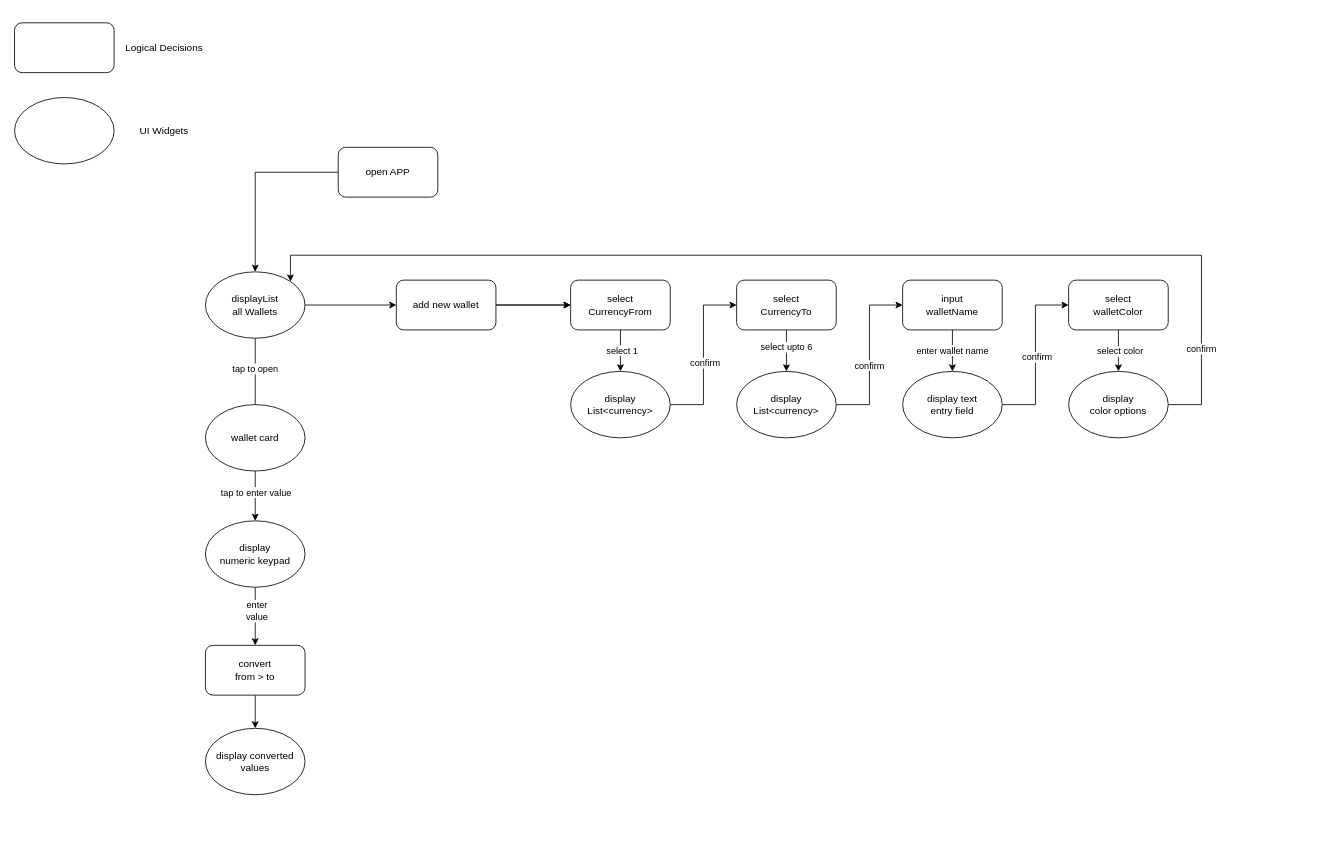
Earlier version of the draw.io diagram Copy of CurrencyX.drawio (carlstep/currencyxpro). Source tidied: cells renumbered, new cells numbered last; positions are measured from the earlier drawing's top-left corner, leaving out a move shared by most shapes. Both pictures are drawn from the tidied source at 83%, with x=0, y=0 at pixel (14, 22).
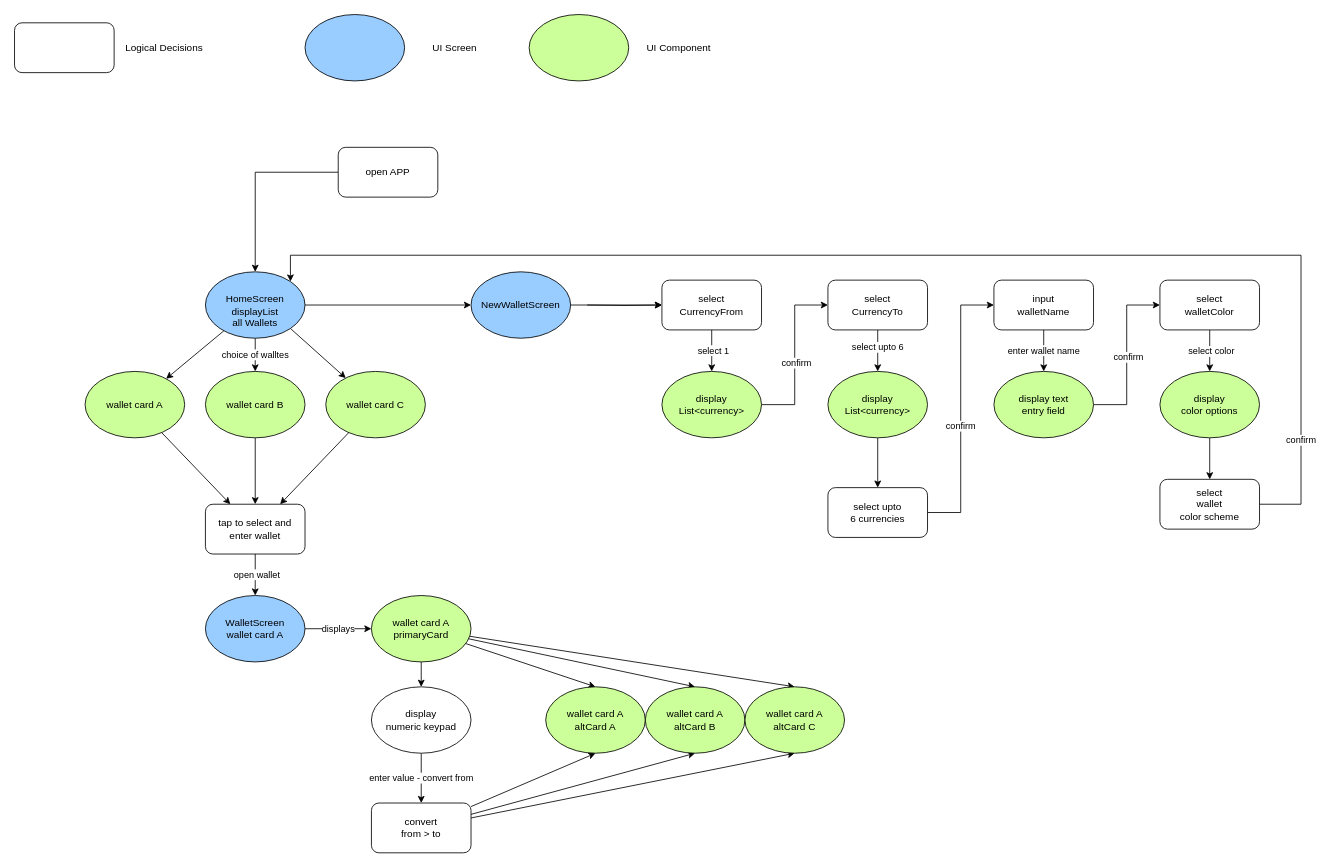
Above is the later version.

What changed in the source:
```diff
@@
-    <mxCell id="2" style="ellipse;whiteSpace=wrap;html=1;" parent="1" vertex="1">
-      <mxGeometry y="90" width="120" height="80" as="geometry" />
+    <mxCell id="2" style="ellipse;whiteSpace=wrap;html=1;fillColor=#99CCFF;" parent="1" vertex="1">
+      <mxGeometry x="350" y="-10" width="120" height="80" as="geometry" />
     </mxCell>
@@
-    <mxCell id="4" value="UI Widgets" style="text;html=1;align=center;verticalAlign=middle;strokeColor=none;fillColor=none;" parent="1" vertex="1">
-      <mxGeometry x="145" y="120" width="70" height="20" as="geometry" />
+    <mxCell id="4" value="UI Screen" style="text;html=1;align=center;verticalAlign=middle;strokeColor=none;fillColor=none;" parent="1" vertex="1">
+      <mxGeometry x="495" y="20" width="70" height="20" as="geometry" />
     </mxCell>
@@
-    <mxCell id="6" style="edgeStyle=orthogonalEdgeStyle;rounded=0;jettySize=auto;html=1;" parent="1" edge="1" source="7" target="9">
-      <mxGeometry relative="1" as="geometry" />
-    </mxCell>
+    <mxCell id="45" style="edgeStyle=none;rounded=0;jettySize=auto;html=1;" parent="1" edge="1" source="7" target="44">
+      <mxGeometry relative="1" as="geometry" />
+    </mxCell>
+    <mxCell id="47" value="choice of walltes" style="edgeStyle=none;rounded=0;jettySize=auto;html=1;" parent="1" edge="1" source="7" target="59">
+      <mxGeometry relative="1" as="geometry" />
+    </mxCell>
+    <mxCell id="48" style="edgeStyle=none;rounded=0;jettySize=auto;html=1;exitX=1;exitY=1;exitDx=0;exitDy=0;" parent="1" edge="1" source="7" target="57">
+      <mxGeometry relative="1" as="geometry" />
+    </mxCell>
+    <mxCell id="49" style="edgeStyle=none;rounded=0;jettySize=auto;html=1;" parent="1" edge="1" source="7" target="73">
+      <mxGeometry relative="1" as="geometry" />
+    </mxCell>
-    <mxCell id="7" value="&lt;div&gt;displayList&lt;/div&gt;&lt;div&gt;all Wallets&lt;br&gt;&lt;/div&gt;" style="ellipse;whiteSpace=wrap;html=1;" parent="1" vertex="1">
+    <mxCell id="7" value="&lt;div&gt;&lt;br&gt;&lt;/div&gt;&lt;div&gt;HomeScreen&lt;br&gt;&lt;/div&gt;&lt;div&gt;displayList&lt;/div&gt;&lt;div&gt;all Wallets&lt;br&gt;&lt;/div&gt;" style="ellipse;whiteSpace=wrap;html=1;fillColor=#99CCFF;" parent="1" vertex="1">
       <mxGeometry x="230" y="300" width="120" height="80" as="geometry" />
     </mxCell>
-    <mxCell id="8" style="edgeStyle=orthogonalEdgeStyle;rounded=0;jettySize=auto;html=1;" parent="1" edge="1" source="9" target="10">
-      <mxGeometry relative="1" as="geometry" />
+    <mxCell id="8" style="edgeStyle=orthogonalEdgeStyle;rounded=0;jettySize=auto;html=1;" parent="1" edge="1" target="10">
+      <mxGeometry relative="1" as="geometry">
+        <mxPoint x="690" y="340" as="sourcePoint" />
+      </mxGeometry>
     </mxCell>
-    <mxCell id="9" value="add new wallet" style="rounded=1;whiteSpace=wrap;html=1;" parent="1" vertex="1">
-      <mxGeometry x="460" y="310" width="120" height="60" as="geometry" />
-    </mxCell>
     <mxCell id="10" value="&lt;div&gt;select&lt;/div&gt;&lt;div&gt;CurrencyFrom&lt;/div&gt;" style="rounded=1;whiteSpace=wrap;html=1;" parent="1" vertex="1">
-      <mxGeometry x="670" y="310" width="120" height="60" as="geometry" />
+      <mxGeometry x="780" y="310" width="120" height="60" as="geometry" />
     </mxCell>
@@
     <mxCell id="12" value="&lt;div&gt;input&lt;/div&gt;&lt;div&gt;walletName&lt;br&gt;&lt;/div&gt;" style="rounded=1;whiteSpace=wrap;html=1;" parent="1" vertex="1">
-      <mxGeometry x="1070" y="310" width="120" height="60" as="geometry" />
+      <mxGeometry x="1180" y="310" width="120" height="60" as="geometry" />
     </mxCell>
@@
     <mxCell id="15" value="&lt;div&gt;select&lt;/div&gt;&lt;div&gt;CurrencyTo&lt;/div&gt;" style="rounded=1;whiteSpace=wrap;html=1;" parent="1" vertex="1">
-      <mxGeometry x="870" y="310" width="120" height="60" as="geometry" />
+      <mxGeometry x="980" y="310" width="120" height="60" as="geometry" />
     </mxCell>
@@
-    <mxCell id="18" style="edgeStyle=orthogonalEdgeStyle;rounded=0;jettySize=auto;html=1;entryX=1;entryY=0;entryDx=0;entryDy=0;exitX=1;exitY=0.5;exitDx=0;exitDy=0;" parent="1" edge="1" source="33" target="7">
+    <mxCell id="18" style="edgeStyle=orthogonalEdgeStyle;rounded=0;jettySize=auto;html=1;entryX=1;entryY=0;entryDx=0;entryDy=0;exitX=1;exitY=0.5;exitDx=0;exitDy=0;" parent="1" edge="1" source="77" target="7">
       <mxGeometry relative="1" as="geometry">
         <Array as="points">
-          <mxPoint x="1430" y="460" />
-          <mxPoint x="1430" y="280" />
+          <mxPoint x="1550" y="580" />
+          <mxPoint x="1550" y="280" />
           <mxPoint x="332" y="280" />
         </Array>
       </mxGeometry>
     </mxCell>
-    <mxCell id="19" value="confirm" style="edgeLabel;html=1;align=center;verticalAlign=middle;" parent="18" vertex="1">
+    <mxCell id="19" value="confirm" style="edgeLabel;html=1;align=center;verticalAlign=middle;fillColor=none;" parent="18" vertex="1">
       <mxGeometry x="-0.84" y="1" relative="1" as="geometry" />
     </mxCell>
     <mxCell id="20" value="&lt;div&gt;select&lt;/div&gt;&lt;div&gt;walletColor&lt;br&gt;&lt;/div&gt;" style="rounded=1;whiteSpace=wrap;html=1;" parent="1" vertex="1">
-      <mxGeometry x="1270" y="310" width="120" height="60" as="geometry" />
+      <mxGeometry x="1380" y="310" width="120" height="60" as="geometry" />
     </mxCell>
-    <mxCell id="21" style="endArrow=classic;html=1;rounded=0;exitX=1;exitY=0.5;exitDx=0;exitDy=0;entryX=0;entryY=0.5;entryDx=0;entryDy=0;" parent="1" edge="1" source="9" target="10">
+    <mxCell id="21" style="endArrow=classic;html=1;rounded=0;exitX=1;exitY=0.5;exitDx=0;exitDy=0;entryX=0;entryY=0.5;entryDx=0;entryDy=0;startArrow=none;" parent="1" edge="1" source="73" target="10">
       <mxGeometry relative="1" as="geometry" />
     </mxCell>
@@
-    <mxCell id="24" value="&lt;div&gt;display List&amp;lt;currency&amp;gt;&lt;/div&gt;" style="ellipse;whiteSpace=wrap;html=1;" parent="1" vertex="1">
-      <mxGeometry x="670" y="420" width="120" height="80" as="geometry" />
+    <mxCell id="24" value="&lt;div&gt;display List&amp;lt;currency&amp;gt;&lt;/div&gt;" style="ellipse;whiteSpace=wrap;html=1;fillColor=#CCFF99;" parent="1" vertex="1">
+      <mxGeometry x="780" y="420" width="120" height="80" as="geometry" />
     </mxCell>
@@
-    <mxCell id="27" style="edgeStyle=orthogonalEdgeStyle;rounded=0;jettySize=auto;html=1;entryX=0;entryY=0.5;entryDx=0;entryDy=0;" parent="1" edge="1" source="29" target="12">
+    <mxCell id="27" style="edgeStyle=orthogonalEdgeStyle;rounded=0;jettySize=auto;html=1;entryX=0;entryY=0.5;entryDx=0;entryDy=0;exitX=1;exitY=0.5;exitDx=0;exitDy=0;" parent="1" edge="1" source="76" target="12">
       <mxGeometry relative="1" as="geometry" />
     </mxCell>
-    <mxCell id="28" value="confirm" style="edgeLabel;html=1;align=center;verticalAlign=middle;" parent="27" vertex="1">
+    <mxCell id="28" value="confirm" style="edgeLabel;html=1;align=center;verticalAlign=middle;fillColor=#CCFF99;" parent="27" vertex="1">
       <mxGeometry x="-0.12" y="1" relative="1" as="geometry" />
     </mxCell>
+    <mxCell id="50" style="edgeStyle=none;rounded=0;jettySize=auto;html=1;entryX=0.5;entryY=0;entryDx=0;entryDy=0;" parent="1" edge="1" source="29" target="76">
+      <mxGeometry relative="1" as="geometry" />
+    </mxCell>
-    <mxCell id="29" value="display List&amp;lt;currency&amp;gt;" style="ellipse;whiteSpace=wrap;html=1;" parent="1" vertex="1">
-      <mxGeometry x="870" y="420" width="120" height="80" as="geometry" />
+    <mxCell id="29" value="display List&amp;lt;currency&amp;gt;" style="ellipse;whiteSpace=wrap;html=1;fillColor=#CCFF99;" parent="1" vertex="1">
+      <mxGeometry x="980" y="420" width="120" height="80" as="geometry" />
     </mxCell>
@@
-    <mxCell id="32" value="&lt;div&gt;display text &lt;br&gt;&lt;/div&gt;&lt;div&gt;entry field&lt;/div&gt;" style="ellipse;whiteSpace=wrap;html=1;" parent="1" vertex="1">
-      <mxGeometry x="1070" y="420" width="120" height="80" as="geometry" />
+    <mxCell id="32" value="&lt;div&gt;display text &lt;br&gt;&lt;/div&gt;&lt;div&gt;entry field&lt;/div&gt;" style="ellipse;whiteSpace=wrap;html=1;fillColor=#CCFF99;" parent="1" vertex="1">
+      <mxGeometry x="1180" y="420" width="120" height="80" as="geometry" />
     </mxCell>
+    <mxCell id="51" style="edgeStyle=none;rounded=0;jettySize=auto;html=1;" parent="1" edge="1" source="33" target="77">
+      <mxGeometry relative="1" as="geometry" />
+    </mxCell>
-    <mxCell id="33" value="&lt;div&gt;display &lt;br&gt;&lt;/div&gt;&lt;div&gt;color options&lt;br&gt;&lt;/div&gt;" style="ellipse;whiteSpace=wrap;html=1;" parent="1" vertex="1">
-      <mxGeometry x="1270" y="420" width="120" height="80" as="geometry" />
+    <mxCell id="33" value="&lt;div&gt;display &lt;br&gt;&lt;/div&gt;&lt;div&gt;color options&lt;br&gt;&lt;/div&gt;" style="ellipse;whiteSpace=wrap;html=1;fillColor=#CCFF99;" parent="1" vertex="1">
+      <mxGeometry x="1380" y="420" width="120" height="80" as="geometry" />
     </mxCell>
-    <mxCell id="34" style="edgeStyle=orthogonalEdgeStyle;rounded=0;jettySize=auto;html=1;entryX=0.5;entryY=0;entryDx=0;entryDy=0;" parent="1" edge="1" source="36" target="38">
+    <mxCell id="34" value="enter value - convert from" style="edgeStyle=none;rounded=0;jettySize=auto;html=1;entryX=0.5;entryY=0;entryDx=0;entryDy=0;" parent="1" edge="1" source="36" target="38">
       <mxGeometry relative="1" as="geometry" />
     </mxCell>
-    <mxCell id="35" value="&lt;div&gt;enter&lt;/div&gt;&lt;div&gt;value&lt;br&gt;&lt;/div&gt;" style="edgeLabel;html=1;align=center;verticalAlign=middle;" parent="34" vertex="1">
-      <mxGeometry x="-0.2" y="1" relative="1" as="geometry" />
-    </mxCell>
     <mxCell id="36" value="&lt;div&gt;display&lt;/div&gt;&lt;div&gt;numeric keypad&lt;br&gt;&lt;/div&gt;" style="ellipse;whiteSpace=wrap;html=1;" parent="1" vertex="1">
-      <mxGeometry x="230" y="600" width="120" height="80" as="geometry" />
+      <mxGeometry x="430" y="800" width="120" height="80" as="geometry" />
     </mxCell>
-    <mxCell id="37" style="edgeStyle=orthogonalEdgeStyle;rounded=0;jettySize=auto;html=1;entryX=0.5;entryY=0;entryDx=0;entryDy=0;" parent="1" edge="1" source="38" target="39">
-      <mxGeometry relative="1" as="geometry" />
-    </mxCell>
+    <mxCell id="52" style="edgeStyle=none;rounded=0;jettySize=auto;html=1;entryX=0.5;entryY=1;entryDx=0;entryDy=0;" parent="1" edge="1" source="38" target="70">
+      <mxGeometry relative="1" as="geometry" />
+    </mxCell>
+    <mxCell id="53" style="edgeStyle=none;rounded=0;jettySize=auto;html=1;entryX=0.5;entryY=1;entryDx=0;entryDy=0;" parent="1" edge="1" source="38" target="71">
+      <mxGeometry relative="1" as="geometry" />
+    </mxCell>
+    <mxCell id="54" style="edgeStyle=none;rounded=0;jettySize=auto;html=1;entryX=0.5;entryY=1;entryDx=0;entryDy=0;" parent="1" edge="1" source="38" target="72">
+      <mxGeometry relative="1" as="geometry" />
+    </mxCell>
     <mxCell id="38" value="&lt;div&gt;convert &lt;br&gt;&lt;/div&gt;&lt;div&gt;from &amp;gt; to&lt;br&gt;&lt;/div&gt;" style="rounded=1;whiteSpace=wrap;html=1;" parent="1" vertex="1">
-      <mxGeometry x="230" y="750" width="120" height="60" as="geometry" />
+      <mxGeometry x="430" y="940" width="120" height="60" as="geometry" />
     </mxCell>
-    <mxCell id="39" value="&lt;div&gt;display converted&lt;/div&gt;&lt;div&gt;values&lt;br&gt;&lt;/div&gt;" style="ellipse;whiteSpace=wrap;html=1;" parent="1" vertex="1">
-      <mxGeometry x="230" y="850" width="120" height="80" as="geometry" />
-    </mxCell>
@@
-    <mxCell id="42" style="edgeStyle=orthogonalEdgeStyle;rounded=0;jettySize=auto;html=1;" parent="1" edge="1" source="44" target="36">
-      <mxGeometry relative="1" as="geometry" />
-    </mxCell>
-    <mxCell id="43" value="tap to enter value" style="edgeLabel;html=1;align=center;verticalAlign=middle;" parent="42" vertex="1">
-      <mxGeometry x="-0.18" relative="1" as="geometry" />
-    </mxCell>
+    <mxCell id="55" style="rounded=0;jettySize=auto;html=1;entryX=0.25;entryY=0;entryDx=0;entryDy=0;" parent="1" edge="1" source="44" target="62">
+      <mxGeometry relative="1" as="geometry" />
+    </mxCell>
-    <mxCell id="44" value="wallet card" style="ellipse;whiteSpace=wrap;html=1;" parent="1" vertex="1">
-      <mxGeometry x="230" y="460" width="120" height="80" as="geometry" />
+    <mxCell id="44" value="wallet card A" style="ellipse;whiteSpace=wrap;html=1;fillColor=#CCFF99;" parent="1" vertex="1">
+      <mxGeometry x="85" y="420" width="120" height="80" as="geometry" />
     </mxCell>
-    <mxCell id="45" style="edgeStyle=orthogonalEdgeStyle;rounded=0;jettySize=auto;html=1;entryX=0.5;entryY=0;entryDx=0;entryDy=0;endArrow=none;" parent="1" edge="1" source="7" target="44">
-      <mxGeometry relative="1" as="geometry" />
-    </mxCell>
-    <mxCell id="46" value="tap to open" style="edgeLabel;html=1;align=center;verticalAlign=middle;" parent="45" vertex="1">
-      <mxGeometry x="-0.1" y="-1" relative="1" as="geometry" />
-    </mxCell>
+    <mxCell id="56" style="edgeStyle=none;rounded=0;jettySize=auto;html=1;entryX=0.75;entryY=0;entryDx=0;entryDy=0;" parent="1" edge="1" source="57" target="62">
+      <mxGeometry relative="1" as="geometry" />
+    </mxCell>
+    <mxCell id="57" value="wallet card C" style="ellipse;whiteSpace=wrap;html=1;fillColor=#CCFF99;" parent="1" vertex="1">
+      <mxGeometry x="375" y="420" width="120" height="80" as="geometry" />
+    </mxCell>
+    <mxCell id="58" style="edgeStyle=none;rounded=0;jettySize=auto;html=1;entryX=0.5;entryY=0;entryDx=0;entryDy=0;" parent="1" edge="1" source="59" target="62">
+      <mxGeometry relative="1" as="geometry" />
+    </mxCell>
+    <mxCell id="59" value="wallet card B" style="ellipse;whiteSpace=wrap;html=1;fillColor=#CCFF99;" parent="1" vertex="1">
+      <mxGeometry x="230" y="420" width="120" height="80" as="geometry" />
+    </mxCell>
+    <mxCell id="60" style="edgeStyle=none;rounded=0;jettySize=auto;html=1;entryX=0.5;entryY=0;entryDx=0;entryDy=0;" parent="1" edge="1" source="62" target="64">
+      <mxGeometry relative="1" as="geometry" />
+    </mxCell>
+    <mxCell id="61" value="open wallet" style="edgeLabel;html=1;align=center;verticalAlign=middle;" parent="60" vertex="1">
+      <mxGeometry x="-0.04" y="1" relative="1" as="geometry" />
+    </mxCell>
+    <mxCell id="62" value="tap to select and enter wallet" style="rounded=1;whiteSpace=wrap;html=1;" parent="1" vertex="1">
+      <mxGeometry x="230" y="580" width="120" height="60" as="geometry" />
+    </mxCell>
+    <mxCell id="63" value="displays" style="edgeStyle=none;rounded=0;jettySize=auto;html=1;entryX=0;entryY=0.5;entryDx=0;entryDy=0;" parent="1" edge="1" source="64" target="69">
+      <mxGeometry relative="1" as="geometry" />
+    </mxCell>
+    <mxCell id="64" value="&lt;div&gt;WalletScreen&lt;br&gt;&lt;/div&gt;&lt;div&gt;wallet card A&lt;/div&gt;" style="ellipse;whiteSpace=wrap;html=1;fillColor=#99CCFF;" parent="1" vertex="1">
+      <mxGeometry x="230" y="690" width="120" height="80" as="geometry" />
+    </mxCell>
+    <mxCell id="65" style="edgeStyle=none;rounded=0;jettySize=auto;html=1;entryX=0.5;entryY=0;entryDx=0;entryDy=0;" parent="1" edge="1" source="69" target="70">
+      <mxGeometry relative="1" as="geometry" />
+    </mxCell>
+    <mxCell id="66" style="edgeStyle=none;rounded=0;jettySize=auto;html=1;entryX=0.5;entryY=0;entryDx=0;entryDy=0;" parent="1" edge="1" source="69" target="71">
+      <mxGeometry relative="1" as="geometry" />
+    </mxCell>
+    <mxCell id="67" style="edgeStyle=none;rounded=0;jettySize=auto;html=1;entryX=0.5;entryY=0;entryDx=0;entryDy=0;" parent="1" edge="1" source="69" target="72">
+      <mxGeometry relative="1" as="geometry" />
+    </mxCell>
+    <mxCell id="68" style="edgeStyle=none;rounded=0;jettySize=auto;html=1;entryX=0.5;entryY=0;entryDx=0;entryDy=0;" parent="1" edge="1" source="69" target="36">
+      <mxGeometry relative="1" as="geometry" />
+    </mxCell>
+    <mxCell id="69" value="&lt;div&gt;wallet card A&lt;/div&gt;primaryCard" style="ellipse;whiteSpace=wrap;html=1;fillColor=#CCFF99;" parent="1" vertex="1">
+      <mxGeometry x="430" y="690" width="120" height="80" as="geometry" />
+    </mxCell>
+    <mxCell id="70" value="&lt;div&gt;wallet card A&lt;/div&gt;altCard A" style="ellipse;whiteSpace=wrap;html=1;fillColor=#CCFF99;" parent="1" vertex="1">
+      <mxGeometry x="640" y="800" width="120" height="80" as="geometry" />
+    </mxCell>
+    <mxCell id="71" value="&lt;div&gt;wallet card A&lt;/div&gt;altCard B" style="ellipse;whiteSpace=wrap;html=1;fillColor=#CCFF99;" parent="1" vertex="1">
+      <mxGeometry x="760" y="800" width="120" height="80" as="geometry" />
+    </mxCell>
+    <mxCell id="72" value="&lt;div&gt;wallet card A&lt;/div&gt;altCard C" style="ellipse;whiteSpace=wrap;html=1;fillColor=#CCFF99;" parent="1" vertex="1">
+      <mxGeometry x="880" y="800" width="120" height="80" as="geometry" />
+    </mxCell>
+    <mxCell id="73" value="NewWalletScreen" style="ellipse;whiteSpace=wrap;html=1;fillColor=#99CCFF;" parent="1" vertex="1">
+      <mxGeometry x="550" y="300" width="120" height="80" as="geometry" />
+    </mxCell>
+    <mxCell id="74" style="ellipse;whiteSpace=wrap;html=1;fillColor=#CCFF99;" parent="1" vertex="1">
+      <mxGeometry x="620" y="-10" width="120" height="80" as="geometry" />
+    </mxCell>
+    <mxCell id="75" value="UI Component" style="text;html=1;align=center;verticalAlign=middle;strokeColor=none;fillColor=none;" parent="1" vertex="1">
+      <mxGeometry x="755" y="20" width="90" height="20" as="geometry" />
+    </mxCell>
+    <mxCell id="76" value="&lt;div&gt;select upto &lt;br&gt;&lt;/div&gt;&lt;div&gt;6 currencies&lt;br&gt;&lt;/div&gt;" style="rounded=1;whiteSpace=wrap;html=1;" parent="1" vertex="1">
+      <mxGeometry x="980" y="560" width="120" height="60" as="geometry" />
+    </mxCell>
+    <mxCell id="77" value="&lt;div&gt;select &lt;br&gt;&lt;/div&gt;wallet&lt;div&gt;color scheme&lt;br&gt;&lt;/div&gt;" style="rounded=1;whiteSpace=wrap;html=1;" parent="1" vertex="1">
+      <mxGeometry x="1380" y="550" width="120" height="60" as="geometry" />
+    </mxCell>
```
